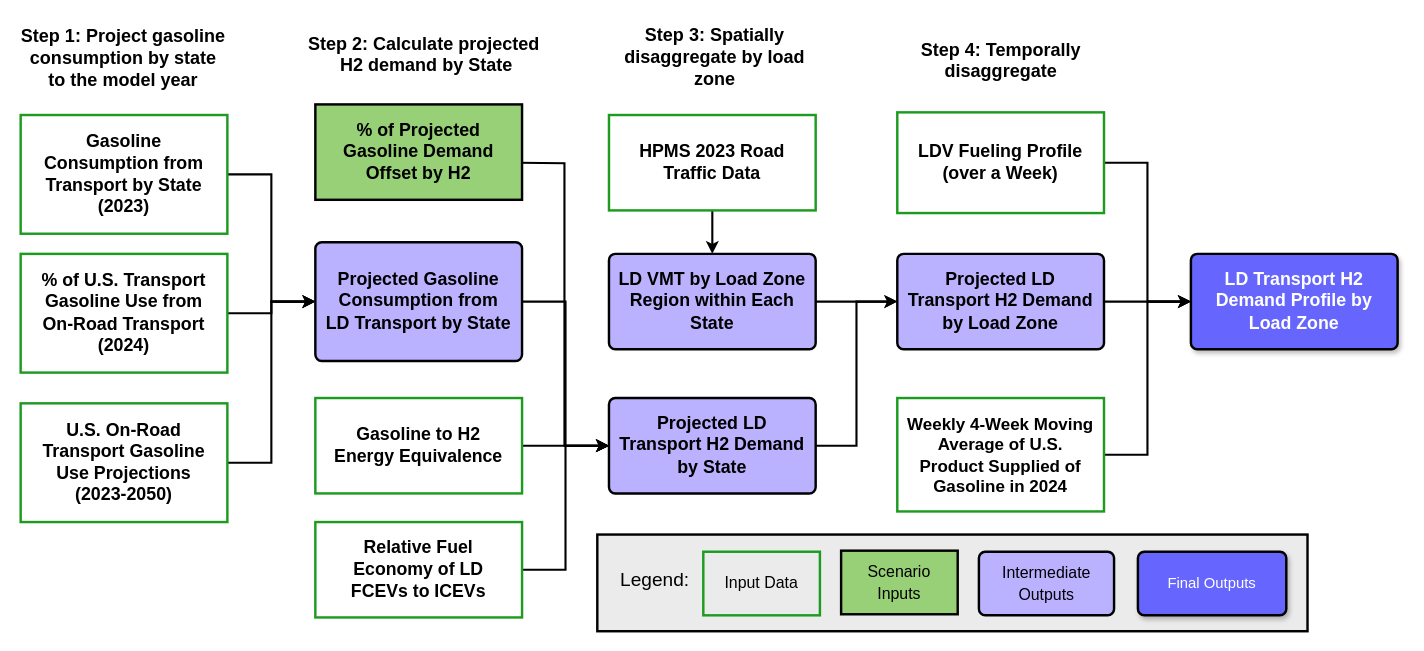
Above: transport/ld_transport_methodology.drawio in nkong1/wecc-h2-demand (draw.io), before the change. Source tidied: cells renumbered, new cells numbered last; positions are measured from the earlier drawing's top-left corner, leaving out a move shared by most shapes. Both pictures are drawn from the tidied source at 106%, with x=0, y=0 at pixel (17, 17).
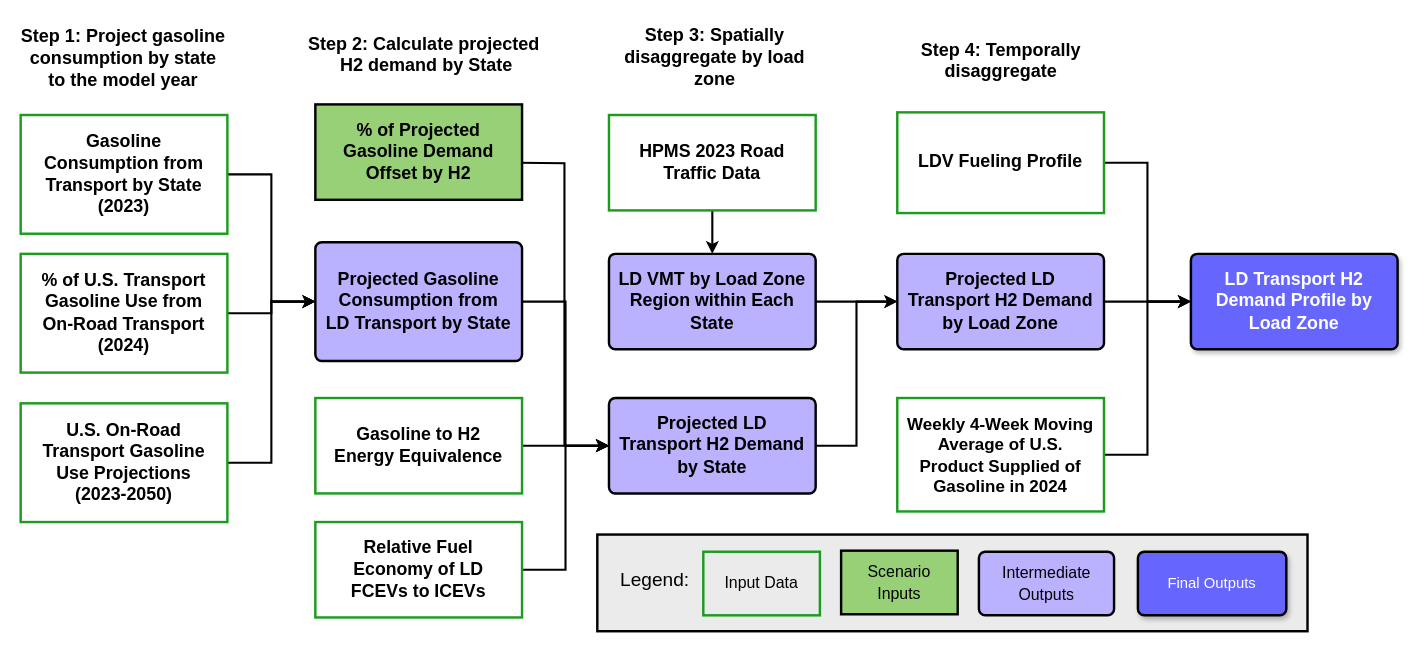
After the change.

What changed in the source:
```diff
@@
-    <mxCell id="16" value="LDV Fueling Profile (over a Week)" style="html=1;overflow=block;blockSpacing=1;whiteSpace=wrap;fontSize=16.8;fontStyle=1;align=center;spacing=9;strokeOpacity=100;fillOpacity=100;rounded=0;absoluteArcSize=1;arcSize=12;strokeWidth=2.3;lucidId=vB_j5El_Hg4W;strokeColor=#1C9B1F;" parent="1" vertex="1">
+    <mxCell id="16" value="LDV Fueling Profile" style="html=1;overflow=block;blockSpacing=1;whiteSpace=wrap;fontSize=16.8;fontStyle=1;align=center;spacing=9;strokeOpacity=100;fillOpacity=100;rounded=0;absoluteArcSize=1;arcSize=12;strokeWidth=2.3;lucidId=vB_j5El_Hg4W;strokeColor=#1C9B1F;" parent="1" vertex="1">
       <mxGeometry x="830" y="89.5" width="195" height="95" as="geometry" />
     </mxCell>
```
